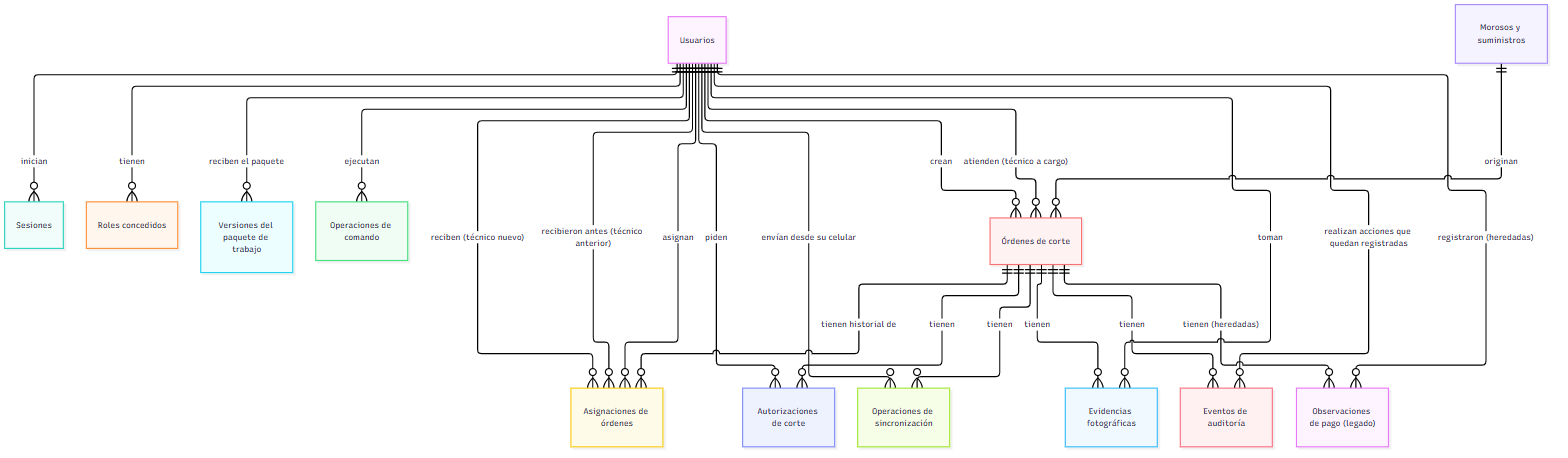
The Mermaid diagram docs/entrega-sepsa/img/modelo-er.png in abdair-coca/SEPSA_villages, before a commit. Its source is kept beside it as docs/entrega-sepsa/img/modelo-er.mmd.
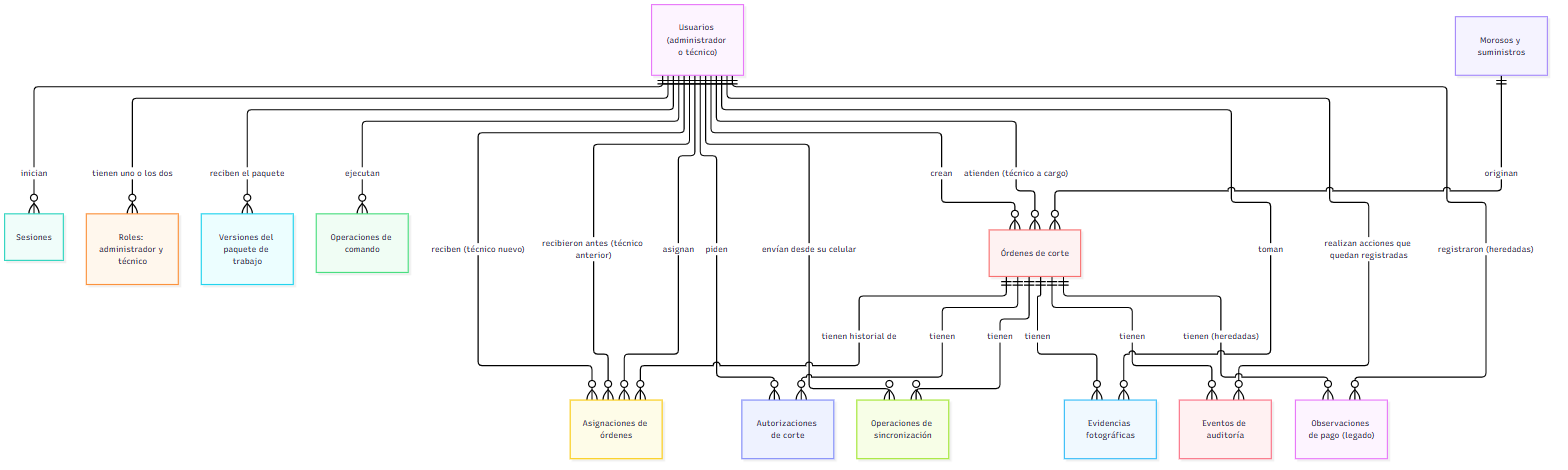
After the commit.

Commit message:
docs(entrega-sepsa): roles administrador y técnico en el diagrama entidad-relación (04)

El diagrama no mostraba que cada usuario es administrador, técnico o ambos. Ahora
la entidad de usuarios y la de roles lo dicen, y el apartado 04 explica qué decide
cada rol. Mismas 13 tablas y 21 relaciones.

Claude-Session: https://claude.ai/code/session_01BV4zn2LvmXgKyQC6cnu6on

Diff of the diagram source:
```diff
@@ -1,22 +1,22 @@
 erDiagram
-  "Usuarios" ||--o{ "Sesiones" : "inician"
-  "Usuarios" ||--o{ "Roles concedidos" : "tienen"
-  "Usuarios" ||--o{ "Versiones del paquete de trabajo" : "reciben el paquete"
-  "Usuarios" ||--o{ "Operaciones de comando" : "ejecutan"
+  "Usuarios (administrador o técnico)" ||--o{ "Sesiones" : "inician"
+  "Usuarios (administrador o técnico)" ||--o{ "Roles: administrador y técnico" : "tienen uno o los dos"
+  "Usuarios (administrador o técnico)" ||--o{ "Versiones del paquete de trabajo" : "reciben el paquete"
+  "Usuarios (administrador o técnico)" ||--o{ "Operaciones de comando" : "ejecutan"
   "Morosos y suministros" ||--o{ "Órdenes de corte" : "originan"
-  "Usuarios" ||--o{ "Órdenes de corte" : "crean"
-  "Usuarios" ||--o{ "Órdenes de corte" : "atienden (técnico a cargo)"
+  "Usuarios (administrador o técnico)" ||--o{ "Órdenes de corte" : "crean"
+  "Usuarios (administrador o técnico)" ||--o{ "Órdenes de corte" : "atienden (técnico a cargo)"
   "Órdenes de corte" ||--o{ "Asignaciones de órdenes" : "tienen historial de"
-  "Usuarios" ||--o{ "Asignaciones de órdenes" : "reciben (técnico nuevo)"
-  "Usuarios" ||--o{ "Asignaciones de órdenes" : "recibieron antes (técnico anterior)"
-  "Usuarios" ||--o{ "Asignaciones de órdenes" : "asignan"
+  "Usuarios (administrador o técnico)" ||--o{ "Asignaciones de órdenes" : "reciben (técnico nuevo)"
+  "Usuarios (administrador o técnico)" ||--o{ "Asignaciones de órdenes" : "recibieron antes (técnico anterior)"
+  "Usuarios (administrador o técnico)" ||--o{ "Asignaciones de órdenes" : "asignan"
   "Órdenes de corte" ||--o{ "Autorizaciones de corte" : "tienen"
-  "Usuarios" ||--o{ "Autorizaciones de corte" : "piden"
+  "Usuarios (administrador o técnico)" ||--o{ "Autorizaciones de corte" : "piden"
   "Órdenes de corte" ||--o{ "Operaciones de sincronización" : "tienen"
-  "Usuarios" ||--o{ "Operaciones de sincronización" : "envían desde su celular"
+  "Usuarios (administrador o técnico)" ||--o{ "Operaciones de sincronización" : "envían desde su celular"
   "Órdenes de corte" ||--o{ "Evidencias fotográficas" : "tienen"
-  "Usuarios" ||--o{ "Evidencias fotográficas" : "toman"
+  "Usuarios (administrador o técnico)" ||--o{ "Evidencias fotográficas" : "toman"
   "Órdenes de corte" ||--o{ "Eventos de auditoría" : "tienen"
-  "Usuarios" ||--o{ "Eventos de auditoría" : "realizan acciones que quedan registradas"
+  "Usuarios (administrador o técnico)" ||--o{ "Eventos de auditoría" : "realizan acciones que quedan registradas"
   "Órdenes de corte" ||--o{ "Observaciones de pago (legado)" : "tienen (heredadas)"
-  "Usuarios" ||--o{ "Observaciones de pago (legado)" : "registraron (heredadas)"
+  "Usuarios (administrador o técnico)" ||--o{ "Observaciones de pago (legado)" : "registraron (heredadas)"
```
